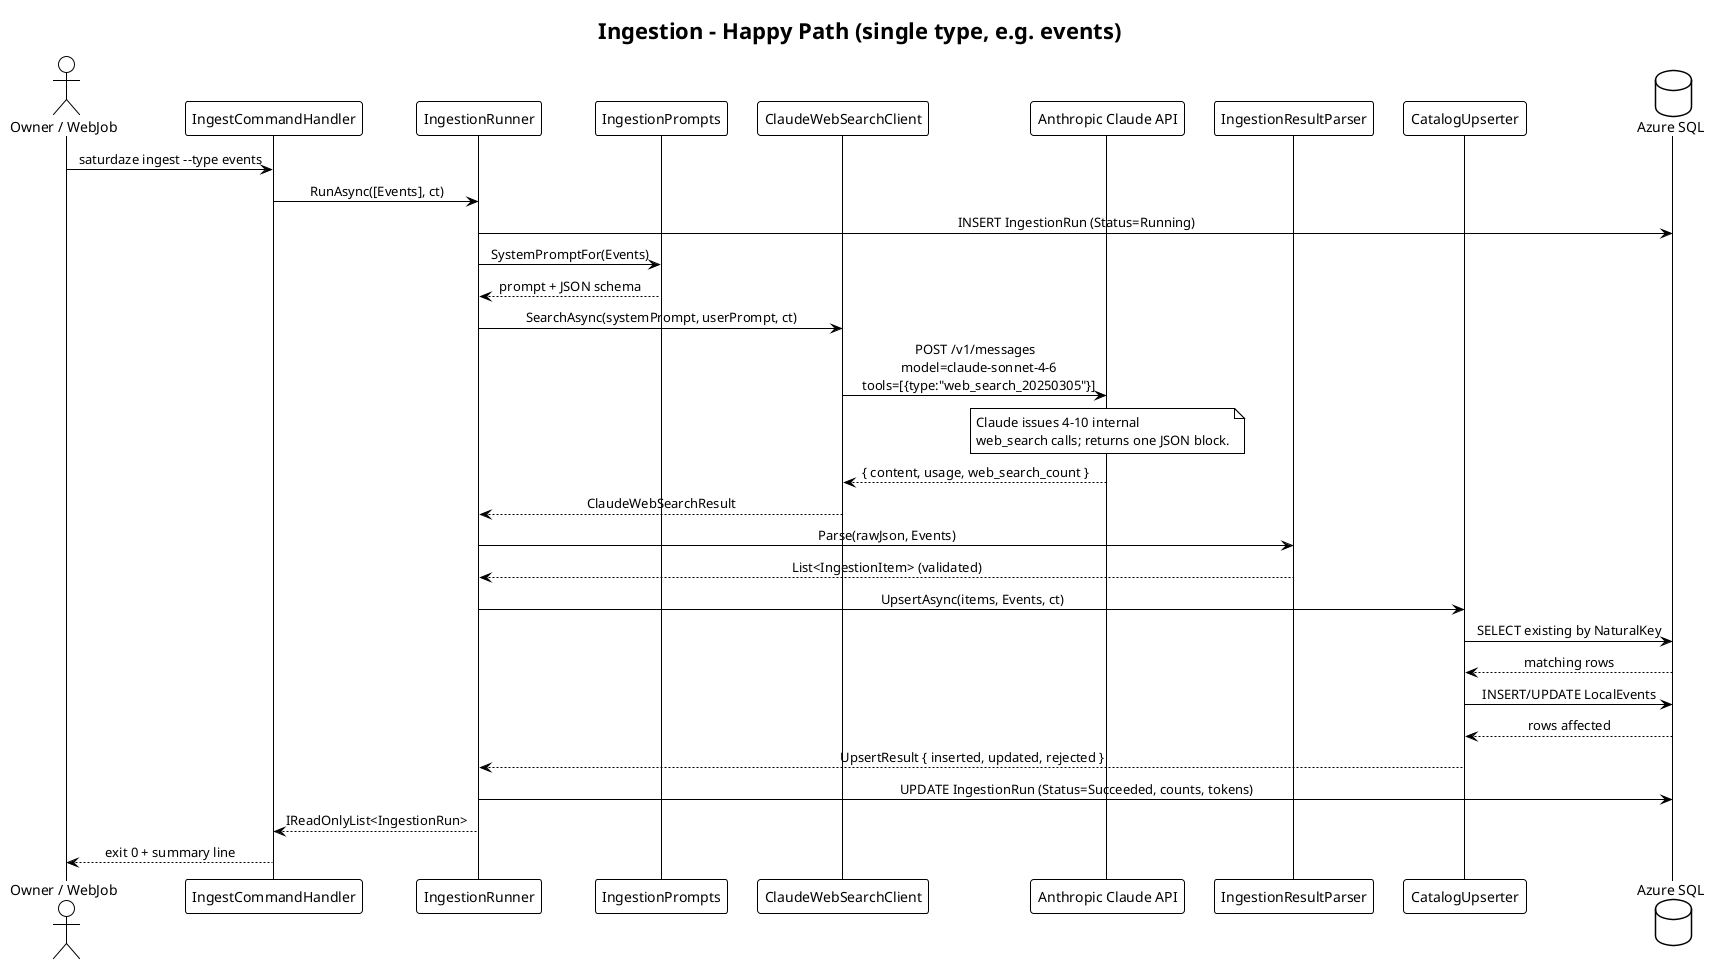
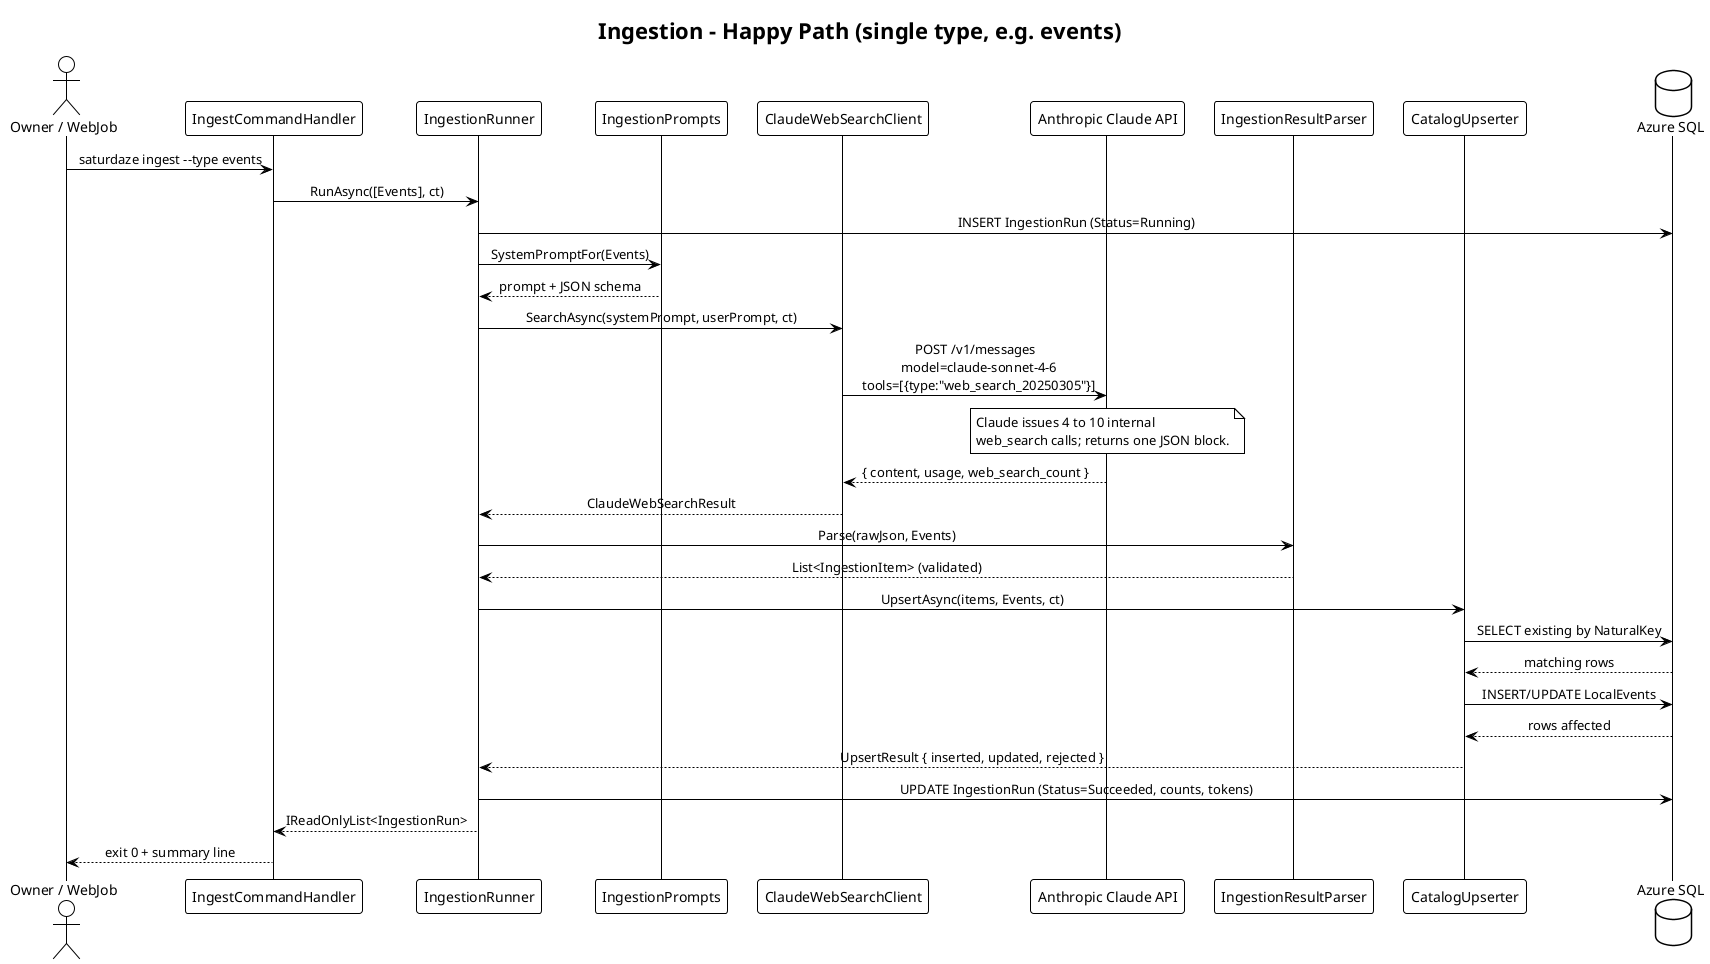
@startuml sequence_happy_path
!theme plain
skinparam sequenceMessageAlign center

title Ingestion - Happy Path (single type, e.g. events)

actor "Owner / WebJob" as trigger
participant "IngestCommandHandler" as handler
participant "IngestionRunner" as runner
participant "IngestionPrompts" as prompts
participant "ClaudeWebSearchClient" as client
participant "Anthropic Claude API" as claude
participant "IngestionResultParser" as parser
participant "CatalogUpserter" as upserter
database "Azure SQL" as sql

trigger -> handler: saturdaze ingest --type events
handler -> runner: RunAsync([Events], ct)
runner -> sql: INSERT IngestionRun (Status=Running)
runner -> prompts: SystemPromptFor(Events)
prompts --> runner: prompt + JSON schema
runner -> client: SearchAsync(systemPrompt, userPrompt, ct)
client -> claude: POST /v1/messages\n  model=claude-sonnet-4-6\n  tools=[{type:"web_search_20250305"}]
- note over claude: Claude issues 4–10 internal\nweb_search calls; returns one JSON block.
+ note over claude: Claude issues 4 to 10 internal\nweb_search calls; returns one JSON block.
claude --> client: { content, usage, web_search_count }
client --> runner: ClaudeWebSearchResult
runner -> parser: Parse(rawJson, Events)
parser --> runner: List<IngestionItem> (validated)
runner -> upserter: UpsertAsync(items, Events, ct)
upserter -> sql: SELECT existing by NaturalKey
sql --> upserter: matching rows
upserter -> sql: INSERT/UPDATE LocalEvents
sql --> upserter: rows affected
upserter --> runner: UpsertResult { inserted, updated, rejected }
runner -> sql: UPDATE IngestionRun (Status=Succeeded, counts, tokens)
runner --> handler: IReadOnlyList<IngestionRun>
handler --> trigger: exit 0 + summary line

@enduml
